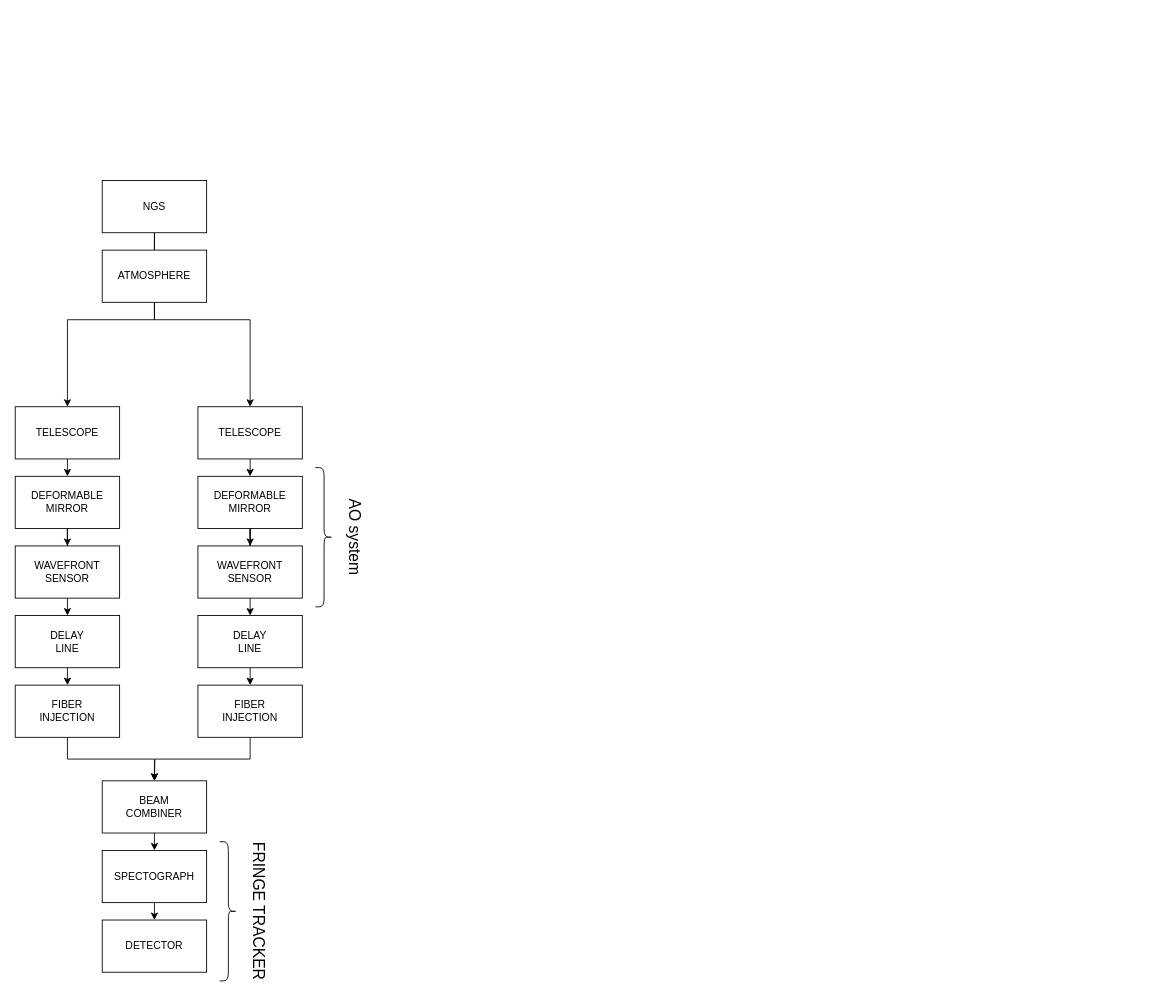
This is page "Total_pipeline" (1 of 14) of Simplified system.drawio from Stribuzz/drawio_figs, a draw.io file, before an edit. Source tidied: cells renumbered, new cells numbered last; positions are measured from the earlier drawing's top-left corner, leaving out a move shared by most shapes. Both pictures are drawn from the tidied source at 87%, with x=0, y=0 at pixel (15, 180).
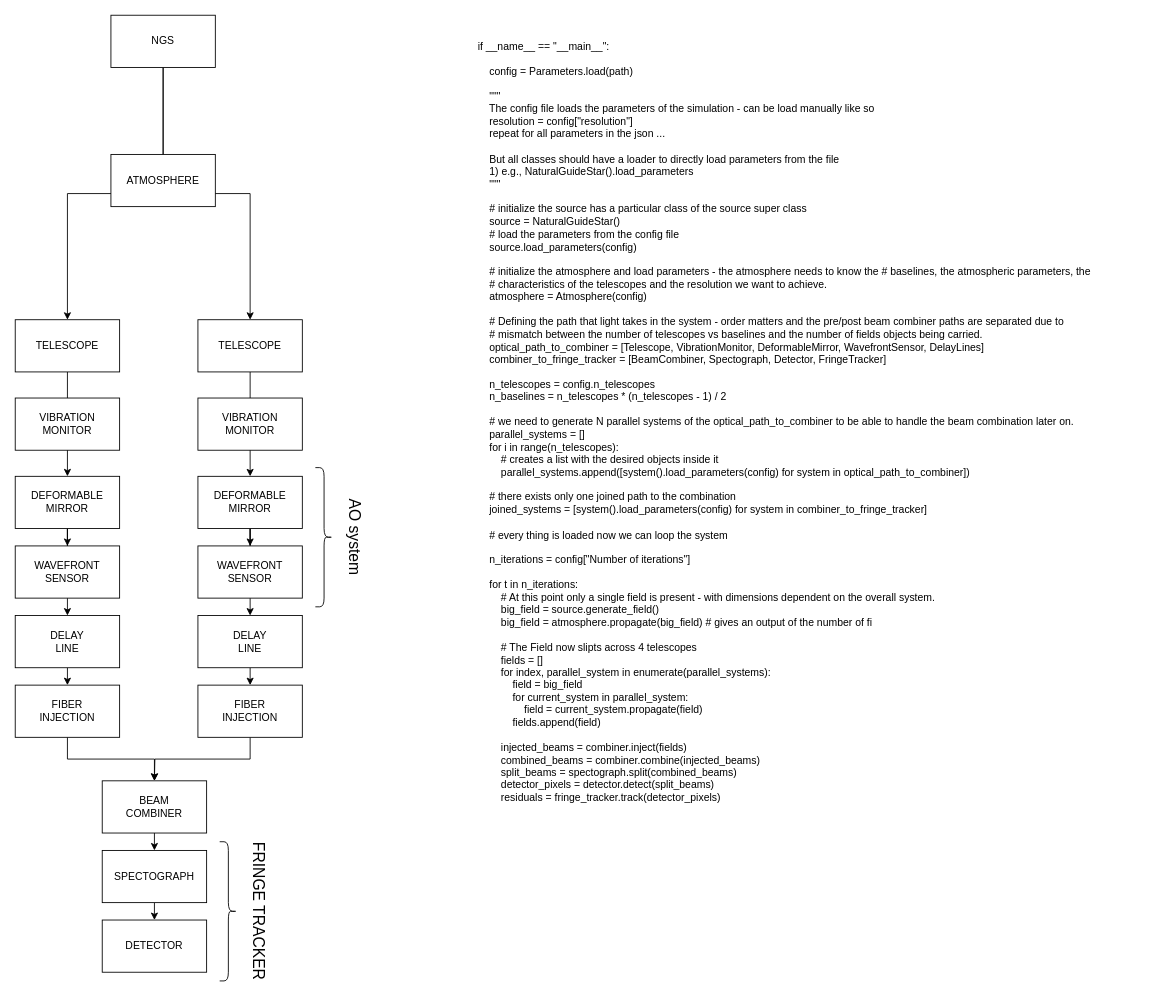
The same page after the edit.

Change to the diagram source:
```diff
@@
     <mxCell id="4" value="NGS" style="rounded=0;whiteSpace=wrap;html=1;" parent="1" vertex="1">
-      <mxGeometry x="100" width="120" height="60" as="geometry" />
+      <mxGeometry x="110" y="-190" width="120" height="60" as="geometry" />
     </mxCell>
@@
     <mxCell id="6" value="TELESCOPE" style="rounded=0;whiteSpace=wrap;html=1;" parent="1" vertex="1">
-      <mxGeometry y="260" width="120" height="60" as="geometry" />
+      <mxGeometry y="160" width="120" height="60" as="geometry" />
     </mxCell>
@@
     <mxCell id="12" value="TELESCOPE" style="rounded=0;whiteSpace=wrap;html=1;" parent="1" vertex="1">
-      <mxGeometry x="210" y="260" width="120" height="60" as="geometry" />
+      <mxGeometry x="210" y="160" width="120" height="60" as="geometry" />
     </mxCell>
@@
     <mxCell id="34" value="ATMOSPHERE" style="rounded=0;whiteSpace=wrap;html=1;" parent="1" vertex="1">
-      <mxGeometry x="100" y="80" width="120" height="60" as="geometry" />
+      <mxGeometry x="110" y="-30" width="120" height="60" as="geometry" />
     </mxCell>
+    <mxCell id="35" value="&lt;div&gt;VIBRATION&lt;/div&gt;&lt;div&gt;MONITOR&lt;br&gt;&lt;/div&gt;" style="rounded=0;whiteSpace=wrap;html=1;" parent="1" vertex="1">
+      <mxGeometry y="250" width="120" height="60" as="geometry" />
+    </mxCell>
+    <mxCell id="36" value="&lt;div&gt;VIBRATION&lt;/div&gt;&lt;div&gt;MONITOR&lt;br&gt;&lt;/div&gt;" style="rounded=0;whiteSpace=wrap;html=1;" parent="1" vertex="1">
+      <mxGeometry x="210" y="250" width="120" height="60" as="geometry" />
+    </mxCell>
+    <mxCell id="37" value="if __name__ == &quot;__main__&quot;:&lt;br&gt;&amp;nbsp;&lt;br&gt;&amp;nbsp;&amp;nbsp;&amp;nbsp; config = Parameters.load(path)&lt;br&gt;&lt;br&gt;&amp;nbsp;&amp;nbsp;&amp;nbsp; &quot;&quot;&quot;&lt;br&gt;&amp;nbsp;&amp;nbsp;&amp;nbsp; The config file loads the parameters of the simulation - can be load manually like so&lt;br&gt;&amp;nbsp;&amp;nbsp;&amp;nbsp; resolution = config[&quot;resolution&quot;]&lt;br&gt;&amp;nbsp;&amp;nbsp;&amp;nbsp; repeat for all parameters in the json ...&lt;br&gt;&lt;br&gt;&amp;nbsp;&amp;nbsp;&amp;nbsp; But all classes should have a loader to directly load parameters from the file&lt;br&gt;&amp;nbsp;&amp;nbsp;&amp;nbsp; 1) e.g., NaturalGuideStar().load_parameters &lt;br&gt;&amp;nbsp;&amp;nbsp;&amp;nbsp; &quot;&quot;&quot;&lt;br&gt;&lt;br&gt;&amp;nbsp;&amp;nbsp;&amp;nbsp; # initialize the source has a particular class of the source super class&lt;br&gt;&amp;nbsp;&amp;nbsp;&amp;nbsp; source = NaturalGuideStar()&lt;br&gt;&amp;nbsp;&amp;nbsp;&amp;nbsp; # load the parameters from the config file&lt;br&gt;&amp;nbsp;&amp;nbsp;&amp;nbsp; source.load_parameters(config)&lt;br&gt;&lt;br&gt;&amp;nbsp;&amp;nbsp;&amp;nbsp; # initialize the atmosphere and load parameters - the atmosphere needs to know the # baselines, the atmospheric parameters, the &lt;br&gt;&amp;nbsp;&amp;nbsp;&amp;nbsp; # characteristics of the telescopes and the resolution we want to achieve.&lt;br&gt;&amp;nbsp;&amp;nbsp;&amp;nbsp; atmosphere = Atmosphere(config)&lt;br&gt;&lt;br&gt;&amp;nbsp;&amp;nbsp;&amp;nbsp; # Defining the path that light takes in the system - order matters and the pre/post beam combiner paths are separated due to&lt;br&gt;&amp;nbsp;&amp;nbsp;&amp;nbsp; # mismatch between the number of telescopes vs baselines and the number of fields objects being carried.&lt;br&gt;&amp;nbsp;&amp;nbsp;&amp;nbsp; optical_path_to_combiner = [Telescope, VibrationMonitor, DeformableMirror, WavefrontSensor, DelayLines]&lt;br&gt;&amp;nbsp;&amp;nbsp;&amp;nbsp; combiner_to_fringe_tracker = [BeamCombiner, Spectograph, Detector, FringeTracker]&lt;br&gt;&lt;br&gt;&amp;nbsp;&amp;nbsp;&amp;nbsp; n_telescopes = config.n_telescopes&lt;br&gt;&amp;nbsp;&amp;nbsp;&amp;nbsp; n_baselines = n_telescopes * (n_telescopes - 1) / 2&lt;br&gt;&lt;br&gt;&amp;nbsp;&amp;nbsp;&amp;nbsp; # we need to generate N parallel systems of the optical_path_to_combiner to be able to handle the beam combination later on.&lt;br&gt;&amp;nbsp;&amp;nbsp;&amp;nbsp; parallel_systems = []&lt;br&gt;&amp;nbsp;&amp;nbsp;&amp;nbsp; for i in range(n_telescopes):&amp;nbsp;&amp;nbsp; &amp;nbsp;&lt;br&gt;&amp;nbsp;&amp;nbsp;&amp;nbsp;&amp;nbsp;&amp;nbsp;&amp;nbsp;&amp;nbsp; # creates a list with the desired objects inside it&lt;br&gt;&amp;nbsp;&amp;nbsp;&amp;nbsp;&amp;nbsp;&amp;nbsp;&amp;nbsp;&amp;nbsp; parallel_systems.append([system().load_parameters(config) for system in optical_path_to_combiner])&lt;br&gt;&lt;br&gt;&amp;nbsp;&amp;nbsp;&amp;nbsp; # there exists only one joined path to the combination&lt;br&gt;&amp;nbsp;&amp;nbsp;&amp;nbsp; joined_systems = [system().load_parameters(config) for system in combiner_to_fringe_tracker]&lt;br&gt;&lt;br&gt;&amp;nbsp;&amp;nbsp;&amp;nbsp; # every thing is loaded now we can loop the system&lt;br&gt;&amp;nbsp;&lt;br&gt;&amp;nbsp;&amp;nbsp;&amp;nbsp; n_iterations = config[&quot;Number of iterations&quot;]&lt;br&gt;&lt;br&gt;&amp;nbsp;&amp;nbsp;&amp;nbsp; for t in n_iterations:&lt;br&gt;&amp;nbsp;&amp;nbsp;&amp;nbsp;&amp;nbsp;&amp;nbsp;&amp;nbsp;&amp;nbsp; # At this point only a single field is present - with dimensions dependent on the overall system.&lt;br&gt;&amp;nbsp;&amp;nbsp;&amp;nbsp;&amp;nbsp;&amp;nbsp;&amp;nbsp;&amp;nbsp; big_field = source.generate_field()&lt;br&gt;&amp;nbsp;&amp;nbsp;&amp;nbsp;&amp;nbsp;&amp;nbsp;&amp;nbsp;&amp;nbsp; big_field = atmosphere.propagate(big_field) # gives an output of the number of fi&lt;br&gt;&lt;br&gt;&amp;nbsp;&amp;nbsp;&amp;nbsp;&amp;nbsp;&amp;nbsp;&amp;nbsp;&amp;nbsp; # The Field now slipts across 4 telescopes&lt;br&gt;&amp;nbsp;&amp;nbsp;&amp;nbsp;&amp;nbsp;&amp;nbsp;&amp;nbsp;&amp;nbsp; fields = []&lt;br&gt;&amp;nbsp;&amp;nbsp;&amp;nbsp;&amp;nbsp;&amp;nbsp;&amp;nbsp;&amp;nbsp; for index, parallel_system in enumerate(parallel_systems):&lt;br&gt;&amp;nbsp;&amp;nbsp;&amp;nbsp;&amp;nbsp;&amp;nbsp;&amp;nbsp;&amp;nbsp;&amp;nbsp;&amp;nbsp;&amp;nbsp;&amp;nbsp; field = big_field&lt;br&gt;&amp;nbsp;&amp;nbsp;&amp;nbsp;&amp;nbsp;&amp;nbsp;&amp;nbsp;&amp;nbsp;&amp;nbsp;&amp;nbsp;&amp;nbsp;&amp;nbsp; for current_system in parallel_system:&lt;br&gt;&amp;nbsp;&amp;nbsp;&amp;nbsp;&amp;nbsp;&amp;nbsp;&amp;nbsp;&amp;nbsp;&amp;nbsp;&amp;nbsp;&amp;nbsp;&amp;nbsp;&amp;nbsp;&amp;nbsp;&amp;nbsp;&amp;nbsp; field = current_system.propagate(field)&lt;br&gt;&amp;nbsp;&amp;nbsp;&amp;nbsp;&amp;nbsp;&amp;nbsp;&amp;nbsp;&amp;nbsp;&amp;nbsp;&amp;nbsp;&amp;nbsp;&amp;nbsp; fields.append(field)&lt;br&gt;&amp;nbsp;&lt;br&gt;&amp;nbsp;&amp;nbsp;&amp;nbsp;&amp;nbsp;&amp;nbsp;&amp;nbsp;&amp;nbsp; injected_beams = combiner.inject(fields)&lt;br&gt;&amp;nbsp;&amp;nbsp;&amp;nbsp;&amp;nbsp;&amp;nbsp;&amp;nbsp;&amp;nbsp; combined_beams = combiner.combine(injected_beams)&lt;br&gt;&amp;nbsp;&amp;nbsp;&amp;nbsp;&amp;nbsp;&amp;nbsp;&amp;nbsp;&amp;nbsp; split_beams = spectograph.split(combined_beams)&lt;br&gt;&amp;nbsp;&amp;nbsp;&amp;nbsp;&amp;nbsp;&amp;nbsp;&amp;nbsp;&amp;nbsp; detector_pixels = detector.detect(split_beams)&lt;br&gt;&amp;nbsp;&amp;nbsp;&amp;nbsp;&amp;nbsp;&amp;nbsp;&amp;nbsp;&amp;nbsp; residuals = fringe_tracker.track(detector_pixels)&lt;div&gt;&lt;br&gt;&lt;/div&gt;" style="text;html=1;align=left;verticalAlign=middle;whiteSpace=wrap;rounded=0;" parent="1" vertex="1">
+      <mxGeometry x="530" y="250" width="780" height="70" as="geometry" />
+    </mxCell>
```
